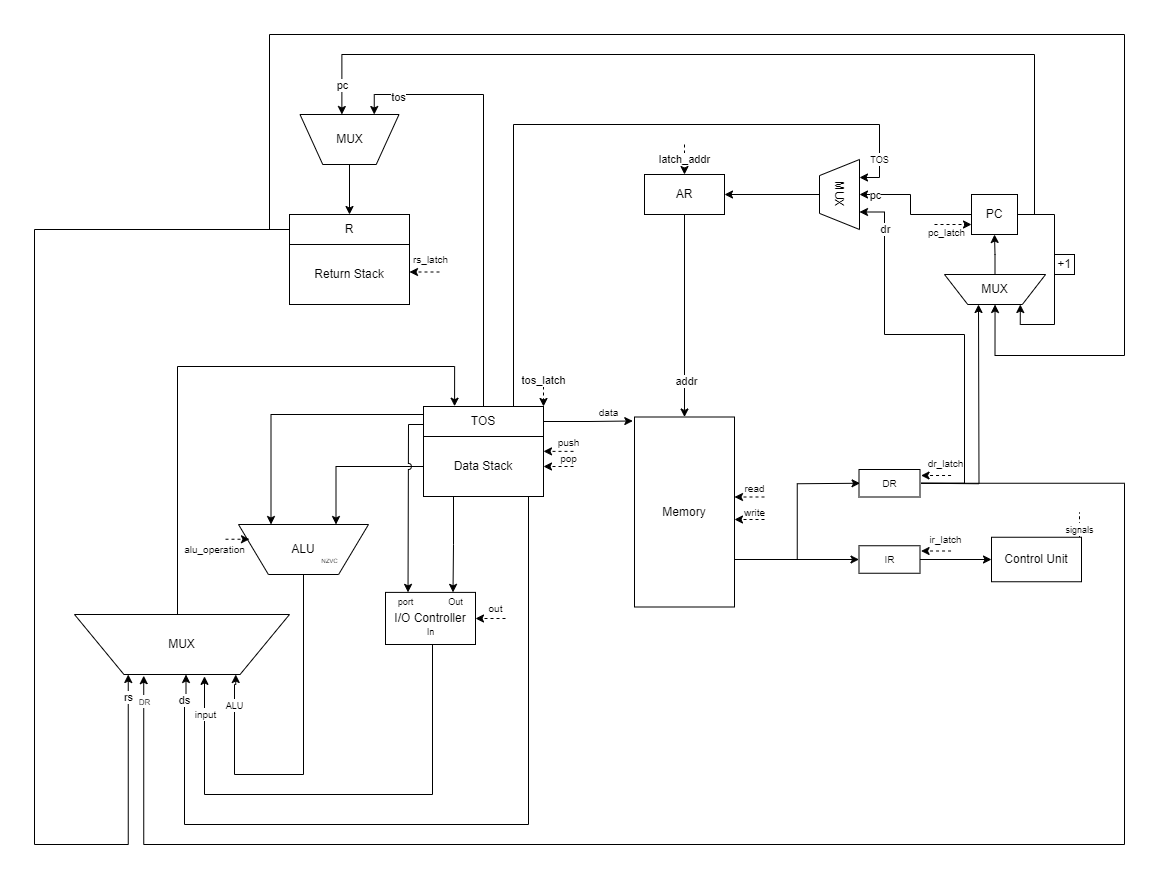
This is schemes/dataPath.png from kaysiodl/csa-lab4, a draw.io export, as it was before one commit. Source tidied: cells renumbered, new cells last; positions are measured from the earlier drawing's top-left corner, leaving out a move shared by most shapes.
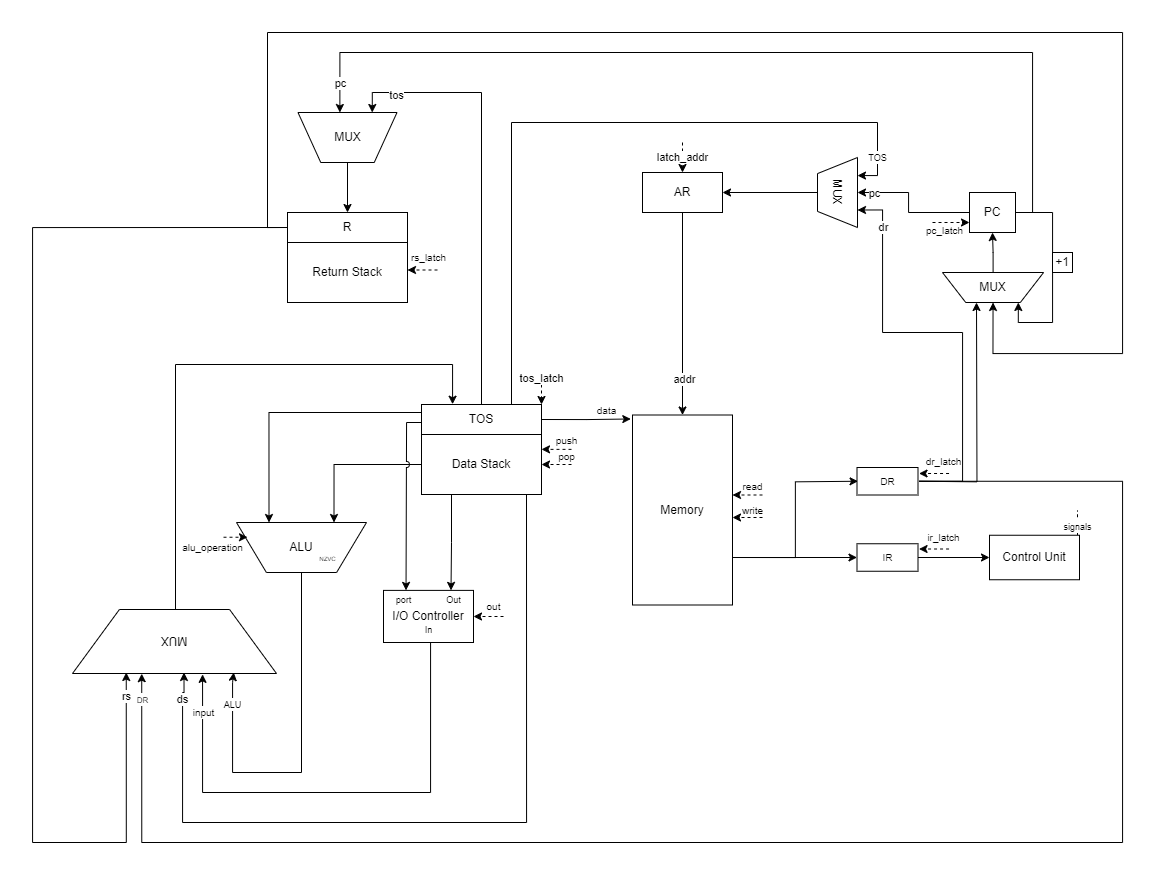
After the commit.

Change to the diagram source:
```diff
@@ -36,8 +36,9 @@
     <mxCell id="10" value="AR" style="rounded=0;whiteSpace=wrap;html=1;" parent="1" vertex="1">
       <mxGeometry x="610" y="140" width="80" height="40" as="geometry" />
     </mxCell>
-    <mxCell id="11" style="edgeStyle=orthogonalEdgeStyle;rounded=0;jettySize=auto;html=1;entryX=0.75;entryY=1;entryDx=0;entryDy=0;" parent="1" edge="1" source="13" target="18">
+    <mxCell id="11" style="edgeStyle=orthogonalEdgeStyle;rounded=0;jettySize=auto;html=1;entryX=0.75;entryY=1;entryDx=0;entryDy=0;" parent="1" edge="1" source="13">
       <mxGeometry relative="1" as="geometry">
+        <mxPoint x="201.2" y="640" as="targetPoint" />
         <Array as="points">
           <mxPoint x="269" y="740" />
           <mxPoint x="200" y="740" />
@@ -74,9 +75,6 @@
         </Array>
       </mxGeometry>
     </mxCell>
-    <mxCell id="18" value="MUX" style="verticalLabelPosition=middle;verticalAlign=middle;html=1;shape=trapezoid;perimeter=trapezoidPerimeter;whiteSpace=wrap;size=0.23;arcSize=10;flipV=1;labelPosition=center;align=center;" parent="1" vertex="1">
-      <mxGeometry x="40" y="580" width="215" height="60" as="geometry" />
-    </mxCell>
     <mxCell id="19" style="edgeStyle=orthogonalEdgeStyle;rounded=0;jettySize=auto;html=1;entryX=1;entryY=0.5;entryDx=0;entryDy=0;dashed=1;" parent="1" edge="1" target="15">
       <mxGeometry relative="1" as="geometry">
         <mxPoint x="539" y="432" as="sourcePoint" />
@@ -225,8 +223,9 @@
     <mxCell id="54" value="R" style="rounded=0;whiteSpace=wrap;html=1;" parent="52" vertex="1">
       <mxGeometry width="120" height="30" as="geometry" />
     </mxCell>
-    <mxCell id="55" style="edgeStyle=orthogonalEdgeStyle;rounded=0;jettySize=auto;html=1;entryX=0.607;entryY=-0.032;entryDx=0;entryDy=0;exitX=0.75;exitY=1;exitDx=0;exitDy=0;entryPerimeter=0;" parent="1" edge="1" source="38" target="18">
+    <mxCell id="55" style="edgeStyle=orthogonalEdgeStyle;rounded=0;jettySize=auto;html=1;entryX=0.607;entryY=-0.032;entryDx=0;entryDy=0;exitX=0.75;exitY=1;exitDx=0;exitDy=0;entryPerimeter=0;" parent="1" edge="1" source="38">
       <mxGeometry relative="1" as="geometry">
+        <mxPoint x="170.5" y="641.9" as="targetPoint" />
         <Array as="points">
           <mxPoint x="398" y="610" />
           <mxPoint x="398" y="760" />
@@ -266,8 +265,9 @@
     <mxCell id="61" value="ds" style="edgeLabel;html=1;align=center;verticalAlign=middle;" parent="60" vertex="1">
       <mxGeometry x="0.93" y="1" relative="1" as="geometry" />
     </mxCell>
-    <mxCell id="62" style="edgeStyle=orthogonalEdgeStyle;rounded=0;jettySize=auto;html=1;exitX=0;exitY=0.5;exitDx=0;exitDy=0;entryX=0.25;entryY=1;entryDx=0;entryDy=0;" parent="1" edge="1" source="54" target="18">
+    <mxCell id="62" style="edgeStyle=orthogonalEdgeStyle;rounded=0;jettySize=auto;html=1;exitX=0;exitY=0.5;exitDx=0;exitDy=0;entryX=0.25;entryY=1;entryDx=0;entryDy=0;" parent="1" edge="1" source="54">
       <mxGeometry relative="1" as="geometry">
+        <mxPoint x="93.8" y="640" as="targetPoint" />
         <Array as="points">
           <mxPoint y="195" />
           <mxPoint y="810" />
@@ -329,9 +329,10 @@
         </Array>
       </mxGeometry>
     </mxCell>
-    <mxCell id="75" style="edgeStyle=orthogonalEdgeStyle;rounded=0;jettySize=auto;html=1;exitX=1;exitY=0.5;exitDx=0;exitDy=0;entryX=0.322;entryY=-0.02;entryDx=0;entryDy=0;entryPerimeter=0;" parent="1" edge="1" target="18">
+    <mxCell id="75" style="edgeStyle=orthogonalEdgeStyle;rounded=0;orthogonalLoop=1;jettySize=auto;html=1;exitX=1;exitY=0.5;exitDx=0;exitDy=0;entryX=0.322;entryY=-0.02;entryDx=0;entryDy=0;entryPerimeter=0;" parent="1" edge="1">
       <mxGeometry relative="1" as="geometry">
         <mxPoint x="886.5" y="448.8" as="sourcePoint" />
+        <mxPoint x="109.2" y="641.2" as="targetPoint" />
         <Array as="points">
           <mxPoint x="1090" y="449" />
           <mxPoint x="1090" y="810" />
@@ -407,5 +408,8 @@
     <mxCell id="88" value="&lt;font style=&quot;font-size: 10px;&quot;&gt;dr_latch&lt;/font&gt;" style="text;html=1;align=center;verticalAlign=middle;strokeColor=none;fillColor=none;" parent="1" vertex="1">
       <mxGeometry x="883.5" y="416" width="54" height="26" as="geometry" />
     </mxCell>
+    <mxCell id="18" value="MUX" style="verticalLabelPosition=middle;verticalAlign=middle;html=1;shape=trapezoid;perimeter=trapezoidPerimeter;whiteSpace=wrap;size=0.23;arcSize=10;flipV=1;labelPosition=center;align=center;rotation=-180;" parent="1" vertex="1">
+      <mxGeometry x="40" y="577" width="204" height="64" as="geometry" />
+    </mxCell>
   </root>
 </mxGraphModel>
```
